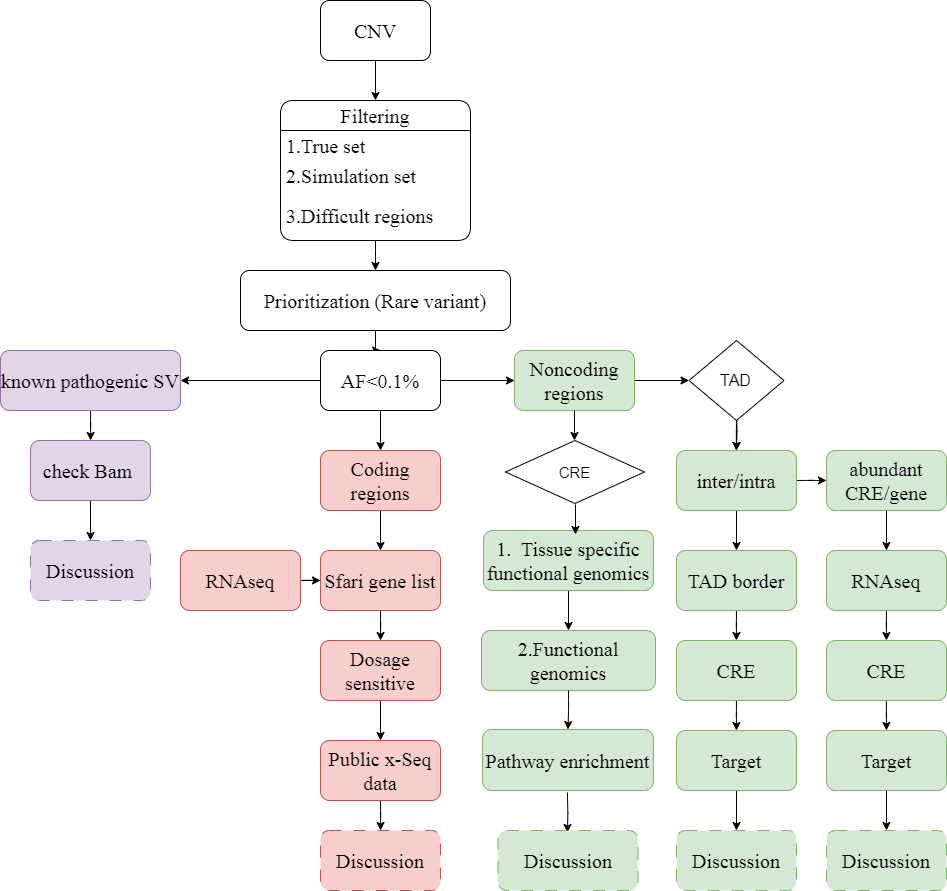
Before: SV_workflow.drawio.png, a diagram exported from draw.io (ShirleyLiu-BCH/workflow). Source tidied: cells renumbered, new cells last; positions are measured from the earlier drawing's top-left corner, leaving out a move shared by most shapes.
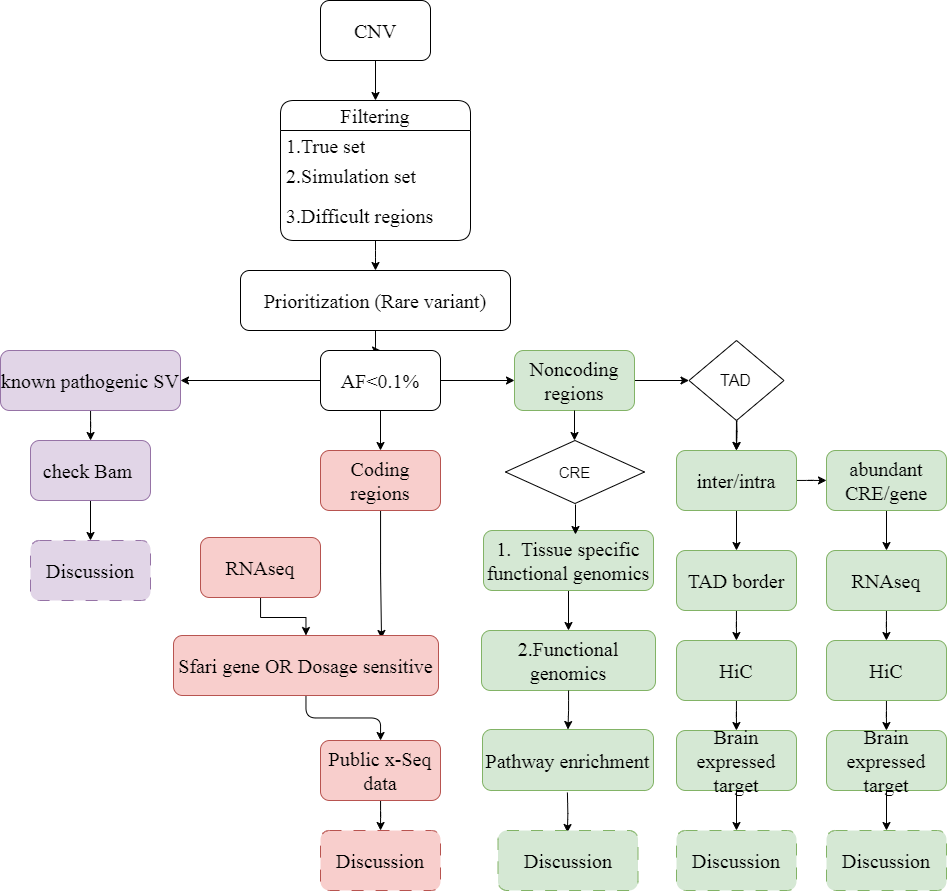
The same file after the commit.

What changed in the source:
```diff
@@ -47,7 +47,7 @@
     <mxCell id="16" value="known pathogenic SV" style="whiteSpace=wrap;html=1;fontSize=20;fontFamily=Times New Roman;fontStyle=0;startSize=30;hachureGap=4;fillColor=#e1d5e7;strokeColor=#9673a6;rounded=1;" parent="1" vertex="1">
       <mxGeometry y="350" width="180" height="60" as="geometry" />
     </mxCell>
-    <mxCell id="17" style="edgeStyle=orthogonalEdgeStyle;rounded=1;hachureGap=4;jettySize=auto;html=1;fontFamily=Times New Roman;fontSize=16;" parent="1" edge="1" source="18" target="25">
+    <mxCell id="17" style="edgeStyle=orthogonalEdgeStyle;rounded=1;hachureGap=4;jettySize=auto;html=1;fontFamily=Times New Roman;fontSize=16;entryX=0.785;entryY=0.05;entryDx=0;entryDy=0;entryPerimeter=0;" parent="1" edge="1" source="18" target="27">
       <mxGeometry relative="1" as="geometry" />
     </mxCell>
     <mxCell id="18" value="Coding regions" style="whiteSpace=wrap;html=1;fontSize=20;fontFamily=Times New Roman;fontStyle=0;startSize=30;hachureGap=4;fillColor=#f8cecc;strokeColor=#b85450;rounded=1;" parent="1" vertex="1">
@@ -68,23 +68,17 @@
     <mxCell id="23" value="Discussion" style="whiteSpace=wrap;html=1;fontSize=20;fontFamily=Times New Roman;fontStyle=0;startSize=30;hachureGap=4;fillColor=#e1d5e7;strokeColor=#9673a6;rounded=1;dashed=1;dashPattern=12 12;" parent="1" vertex="1">
       <mxGeometry x="30" y="540" width="120" height="60" as="geometry" />
     </mxCell>
-    <mxCell id="24" style="edgeStyle=orthogonalEdgeStyle;rounded=1;hachureGap=4;jettySize=auto;html=1;fontFamily=Times New Roman;fontSize=16;" parent="1" edge="1" source="25" target="27">
-      <mxGeometry relative="1" as="geometry" />
-    </mxCell>
-    <mxCell id="25" value="Sfari gene list" style="whiteSpace=wrap;html=1;fontSize=20;fontFamily=Times New Roman;fontStyle=0;startSize=30;hachureGap=4;fillColor=#f8cecc;strokeColor=#b85450;rounded=1;" parent="1" vertex="1">
-      <mxGeometry x="320" y="550" width="120" height="60" as="geometry" />
-    </mxCell>
     <mxCell id="26" style="edgeStyle=orthogonalEdgeStyle;rounded=1;hachureGap=4;jettySize=auto;html=1;fontFamily=Times New Roman;fontSize=16;" parent="1" edge="1" source="27" target="31">
       <mxGeometry relative="1" as="geometry" />
     </mxCell>
-    <mxCell id="27" value="Dosage sensitive" style="whiteSpace=wrap;html=1;fontSize=20;fontFamily=Times New Roman;fontStyle=0;startSize=30;hachureGap=4;fillColor=#f8cecc;strokeColor=#b85450;rounded=1;" parent="1" vertex="1">
-      <mxGeometry x="320" y="640" width="120" height="60" as="geometry" />
+    <mxCell id="27" value="Sfari gene OR Dosage sensitive" style="whiteSpace=wrap;html=1;fontSize=20;fontFamily=Times New Roman;fontStyle=0;startSize=30;hachureGap=4;fillColor=#f8cecc;strokeColor=#b85450;rounded=1;" parent="1" vertex="1">
+      <mxGeometry x="173" y="635" width="265" height="60" as="geometry" />
     </mxCell>
-    <mxCell id="28" style="edgeStyle=orthogonalEdgeStyle;rounded=1;hachureGap=4;jettySize=auto;html=1;fontFamily=Times New Roman;fontSize=16;" parent="1" edge="1" source="29" target="25">
-      <mxGeometry relative="1" as="geometry" />
-    </mxCell>
+    <mxCell id="65" style="edgeStyle=orthogonalEdgeStyle;rounded=0;jettySize=auto;html=1;" parent="1" edge="1" source="29" target="27">
+      <mxGeometry relative="1" as="geometry" />
+    </mxCell>
     <mxCell id="29" value="RNAseq" style="whiteSpace=wrap;html=1;fontSize=20;fontFamily=Times New Roman;fontStyle=0;startSize=30;hachureGap=4;fillColor=#f8cecc;strokeColor=#b85450;rounded=1;" parent="1" vertex="1">
-      <mxGeometry x="180" y="550" width="120" height="60" as="geometry" />
+      <mxGeometry x="200" y="537" width="120" height="60" as="geometry" />
     </mxCell>
     <mxCell id="30" style="edgeStyle=orthogonalEdgeStyle;rounded=1;hachureGap=4;jettySize=auto;html=1;fontFamily=Times New Roman;fontSize=16;" parent="1" edge="1" source="31" target="32">
       <mxGeometry relative="1" as="geometry" />
@@ -139,13 +133,13 @@
     <mxCell id="45" style="edgeStyle=orthogonalEdgeStyle;rounded=1;hachureGap=4;jettySize=auto;html=1;fontFamily=Times New Roman;fontSize=16;" parent="1" edge="1" source="46" target="48">
       <mxGeometry relative="1" as="geometry" />
     </mxCell>
-    <mxCell id="46" value="CRE" style="whiteSpace=wrap;html=1;fontSize=20;fontFamily=Times New Roman;fontStyle=0;startSize=30;hachureGap=4;fillColor=#d5e8d4;strokeColor=#82b366;rounded=1;" parent="1" vertex="1">
+    <mxCell id="46" value="HiC" style="whiteSpace=wrap;html=1;fontSize=20;fontFamily=Times New Roman;fontStyle=0;startSize=30;hachureGap=4;fillColor=#d5e8d4;strokeColor=#82b366;rounded=1;" parent="1" vertex="1">
       <mxGeometry x="676" y="640" width="120" height="60" as="geometry" />
     </mxCell>
     <mxCell id="47" style="edgeStyle=orthogonalEdgeStyle;rounded=1;hachureGap=4;jettySize=auto;html=1;fontFamily=Times New Roman;fontSize=16;" parent="1" edge="1" source="48" target="56">
       <mxGeometry relative="1" as="geometry" />
     </mxCell>
-    <mxCell id="48" value="Target" style="whiteSpace=wrap;html=1;fontSize=20;fontFamily=Times New Roman;fontStyle=0;startSize=30;hachureGap=4;fillColor=#d5e8d4;strokeColor=#82b366;rounded=1;" parent="1" vertex="1">
+    <mxCell id="48" value="Brain expressed target" style="whiteSpace=wrap;html=1;fontSize=20;fontFamily=Times New Roman;fontStyle=0;startSize=30;hachureGap=4;fillColor=#d5e8d4;strokeColor=#82b366;rounded=1;" parent="1" vertex="1">
       <mxGeometry x="676" y="730" width="120" height="60" as="geometry" />
     </mxCell>
     <mxCell id="49" style="edgeStyle=orthogonalEdgeStyle;rounded=1;hachureGap=4;jettySize=auto;html=1;fontFamily=Times New Roman;fontSize=16;" parent="1" edge="1" source="50" target="52">
@@ -157,13 +151,13 @@
     <mxCell id="51" style="edgeStyle=orthogonalEdgeStyle;rounded=1;hachureGap=4;jettySize=auto;html=1;fontFamily=Times New Roman;fontSize=16;" parent="1" edge="1" source="52" target="54">
       <mxGeometry relative="1" as="geometry" />
     </mxCell>
-    <mxCell id="52" value="CRE" style="whiteSpace=wrap;html=1;fontSize=20;fontFamily=Times New Roman;fontStyle=0;startSize=30;hachureGap=4;fillColor=#d5e8d4;strokeColor=#82b366;rounded=1;" parent="1" vertex="1">
+    <mxCell id="52" value="HiC" style="whiteSpace=wrap;html=1;fontSize=20;fontFamily=Times New Roman;fontStyle=0;startSize=30;hachureGap=4;fillColor=#d5e8d4;strokeColor=#82b366;rounded=1;" parent="1" vertex="1">
       <mxGeometry x="826" y="640" width="120" height="60" as="geometry" />
     </mxCell>
     <mxCell id="53" style="edgeStyle=orthogonalEdgeStyle;rounded=1;hachureGap=4;jettySize=auto;html=1;fontFamily=Times New Roman;fontSize=16;" parent="1" edge="1" source="54" target="57">
       <mxGeometry relative="1" as="geometry" />
     </mxCell>
-    <mxCell id="54" value="Target" style="whiteSpace=wrap;html=1;fontSize=20;fontFamily=Times New Roman;fontStyle=0;startSize=30;hachureGap=4;fillColor=#d5e8d4;strokeColor=#82b366;rounded=1;" parent="1" vertex="1">
+    <mxCell id="54" value="Brain expressed target" style="whiteSpace=wrap;html=1;fontSize=20;fontFamily=Times New Roman;fontStyle=0;startSize=30;hachureGap=4;fillColor=#d5e8d4;strokeColor=#82b366;rounded=1;" parent="1" vertex="1">
       <mxGeometry x="826" y="730" width="120" height="60" as="geometry" />
     </mxCell>
     <mxCell id="55" value="Discussion" style="whiteSpace=wrap;html=1;fontSize=20;fontFamily=Times New Roman;fontStyle=0;startSize=30;hachureGap=4;fillColor=#d5e8d4;strokeColor=#82b366;rounded=1;dashed=1;dashPattern=12 12;" parent="1" vertex="1">
```
